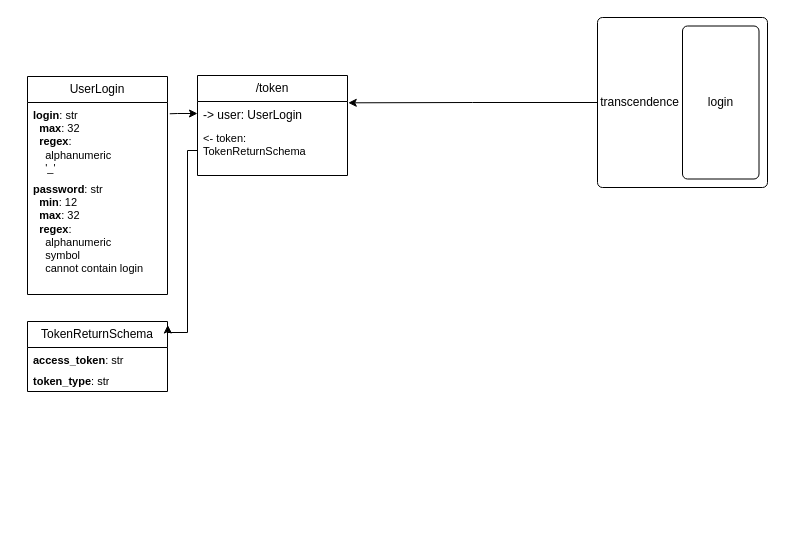
Above: page "Login" (3 of 3) of Transcendence.drawio in lugonzalg/Diagramas_42 (draw.io), before the change. Source tidied: cells renumbered, new cells numbered last; positions are measured from the earlier drawing's top-left corner, leaving out a move shared by most shapes. Both pictures are drawn from the tidied source at 100%, with x=0, y=0 at pixel (27, 17).
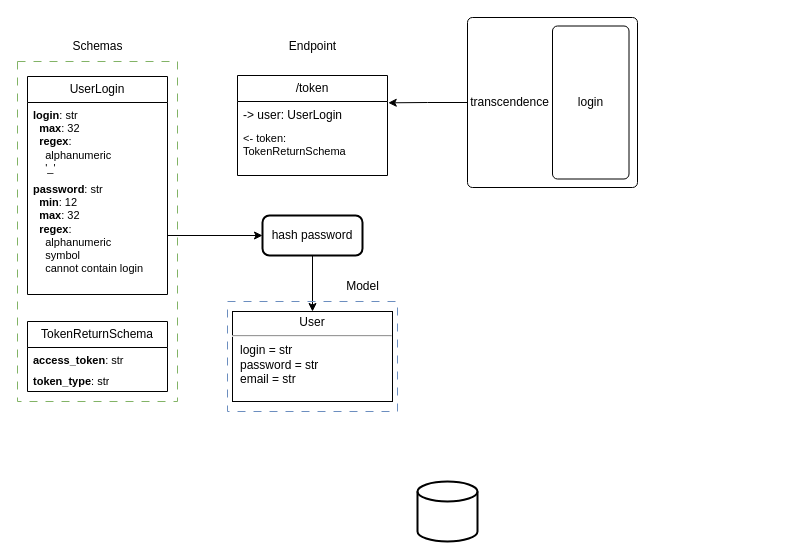
The same diagram, later.

Unchanged cells that the change refers to:
```xml
<mxCell id="3" value="&lt;div style=&quot;&quot;&gt;&lt;font style=&quot;font-size: 12px;&quot;&gt;-&amp;gt; user: UserLogin&lt;/font&gt;&lt;/div&gt;&lt;div style=&quot;&quot;&gt;&lt;font style=&quot;font-size: 12px;&quot;&gt;&lt;br&gt;&lt;/font&gt;&lt;/div&gt;" style="text;strokeColor=none;fillColor=none;align=left;verticalAlign=top;spacingLeft=4;spacingRight=4;overflow=hidden;points=[[0,0.5],[1,0.5]];portConstraint=eastwest;whiteSpace=wrap;html=1;" parent="2" vertex="1">
  <mxGeometry y="26" width="150" height="24" as="geometry" />
</mxCell>
<mxCell id="4" value="&lt;div style=&quot;font-size: 11px;&quot;&gt;&lt;font style=&quot;font-size: 11px;&quot;&gt;&amp;lt;- token: TokenReturnSchema &lt;br&gt;&lt;/font&gt;&lt;/div&gt;&lt;div style=&quot;font-size: 11px;&quot;&gt;&lt;font style=&quot;font-size: 11px;&quot;&gt;&lt;br&gt;&lt;/font&gt;&lt;/div&gt;" style="text;strokeColor=none;fillColor=none;align=left;verticalAlign=top;spacingLeft=4;spacingRight=4;overflow=hidden;points=[[0,0.5],[1,0.5]];portConstraint=eastwest;whiteSpace=wrap;html=1;" parent="2" vertex="1">
  <mxGeometry y="50" width="150" height="50" as="geometry" />
</mxCell>
<mxCell id="5" value="UserLogin" style="swimlane;fontStyle=0;horizontal=1;startSize=26;fillColor=none;whiteSpace=wrap;html=1;" parent="1" vertex="1">
  <mxGeometry y="59" width="140" height="218" as="geometry" />
</mxCell>
<mxCell id="7" value="&lt;div style=&quot;font-size: 11px;&quot;&gt;&lt;font style=&quot;font-size: 11px;&quot;&gt;&lt;b&gt;password&lt;/b&gt;: str&lt;/font&gt;&lt;/div&gt;&lt;div style=&quot;font-size: 11px;&quot;&gt;&lt;font style=&quot;font-size: 11px;&quot;&gt;&amp;nbsp; &lt;b&gt;min&lt;/b&gt;: 12&lt;/font&gt;&lt;/div&gt;&lt;div style=&quot;font-size: 11px;&quot;&gt;&lt;font style=&quot;font-size: 11px;&quot;&gt;&amp;nbsp; &lt;b&gt;max&lt;/b&gt;: 32&lt;/font&gt;&lt;/div&gt;&lt;div style=&quot;font-size: 11px;&quot;&gt;&lt;font style=&quot;font-size: 11px;&quot;&gt;&amp;nbsp; &lt;b&gt;regex&lt;/b&gt;:&lt;/font&gt;&lt;/div&gt;&lt;div style=&quot;font-size: 11px;&quot;&gt;&lt;font style=&quot;font-size: 11px;&quot;&gt;&amp;nbsp;&amp;nbsp;&amp;nbsp; alphanumeric&lt;/font&gt;&lt;/div&gt;&lt;div style=&quot;font-size: 11px;&quot;&gt;&lt;font style=&quot;font-size: 11px;&quot;&gt;&amp;nbsp;&amp;nbsp;&amp;nbsp; symbol&lt;/font&gt;&lt;/div&gt;&lt;div style=&quot;font-size: 11px;&quot;&gt;&lt;font style=&quot;font-size: 11px;&quot;&gt;&amp;nbsp;&amp;nbsp;&amp;nbsp; cannot contain login&lt;font style=&quot;font-size: 11px;&quot;&gt;&lt;br&gt;&lt;/font&gt;&lt;/font&gt;&lt;/div&gt;" style="text;strokeColor=none;fillColor=none;align=left;verticalAlign=top;spacingLeft=4;spacingRight=4;overflow=hidden;points=[[0,0.5],[1,0.5]];portConstraint=eastwest;whiteSpace=wrap;html=1;" parent="5" vertex="1">
  <mxGeometry y="100" width="140" height="118" as="geometry" />
</mxCell>
<mxCell id="13" value="TokenReturnSchema" style="swimlane;fontStyle=0;horizontal=1;startSize=26;fillColor=none;whiteSpace=wrap;html=1;" parent="1" vertex="1">
  <mxGeometry y="304" width="140" height="70" as="geometry" />
</mxCell>
```

Change to the diagram source:
```diff
@@
     <mxCell id="2" value="/token" style="swimlane;fontStyle=0;horizontal=1;startSize=26;fillColor=none;whiteSpace=wrap;html=1;" parent="1" vertex="1">
-      <mxGeometry x="170" y="58" width="150" height="100" as="geometry" />
+      <mxGeometry x="210" y="58" width="150" height="100" as="geometry" />
     </mxCell>
@@
-    <mxCell id="8" style="edgeStyle=orthogonalEdgeStyle;rounded=0;jettySize=auto;html=1;entryX=1.016;entryY=0.171;entryDx=0;entryDy=0;entryPerimeter=0;startArrow=classic;startFill=1;endArrow=none;endFill=0;" parent="1" edge="1" source="3" target="5">
-      <mxGeometry relative="1" as="geometry" />
-    </mxCell>
     <mxCell id="9" style="rounded=1;absoluteArcSize=1;html=1;arcSize=10;" parent="1" vertex="1">
-      <mxGeometry x="570" width="170" height="170" as="geometry" />
+      <mxGeometry x="440" width="170" height="170" as="geometry" />
     </mxCell>
@@
-    <mxCell id="16" style="edgeStyle=orthogonalEdgeStyle;rounded=0;jettySize=auto;html=1;entryX=1.002;entryY=0.05;entryDx=0;entryDy=0;entryPerimeter=0;" parent="1" edge="1" source="4" target="13">
-      <mxGeometry relative="1" as="geometry">
-        <Array as="points">
-          <mxPoint x="160" y="133" />
-          <mxPoint x="160" y="315" />
-        </Array>
-      </mxGeometry>
-    </mxCell>
+    <mxCell id="17" value="Endpoint" style="text;html=1;align=center;verticalAlign=middle;strokeColor=none;fillColor=none;" parent="1" vertex="1">
+      <mxGeometry x="250" y="14" width="70" height="30" as="geometry" />
+    </mxCell>
+    <mxCell id="18" value="Schemas" style="text;html=1;align=center;verticalAlign=middle;strokeColor=none;fillColor=none;" parent="1" vertex="1">
+      <mxGeometry x="35" y="14" width="70" height="30" as="geometry" />
+    </mxCell>
+    <mxCell id="19" style="rounded=0;whiteSpace=wrap;html=1;fillColor=none;strokeColor=#82b366;dashed=1;dashPattern=8 8;" parent="1" vertex="1">
+      <mxGeometry x="-10" y="44" width="160" height="340" as="geometry" />
+    </mxCell>
+    <mxCell id="20" value="&lt;p style=&quot;margin: 4px 0px 0px; text-align: center;&quot;&gt;User&lt;br&gt;&lt;/p&gt;&lt;hr&gt;&lt;p style=&quot;margin:0px;margin-left:8px;&quot;&gt;login = str&lt;br&gt;password = str&lt;br&gt;email = str&lt;/p&gt;" style="verticalAlign=top;align=left;overflow=fill;fontSize=12;fontFamily=Helvetica;html=1;whiteSpace=wrap;" parent="1" vertex="1">
+      <mxGeometry x="205" y="294" width="160" height="90" as="geometry" />
+    </mxCell>
+    <mxCell id="21" style="edgeStyle=orthogonalEdgeStyle;rounded=0;jettySize=auto;html=1;entryX=0;entryY=0.5;entryDx=0;entryDy=0;" parent="1" edge="1" source="7" target="23">
+      <mxGeometry relative="1" as="geometry" />
+    </mxCell>
+    <mxCell id="22" style="edgeStyle=orthogonalEdgeStyle;rounded=0;jettySize=auto;html=1;entryX=0.5;entryY=0;entryDx=0;entryDy=0;" parent="1" edge="1" source="23" target="20">
+      <mxGeometry relative="1" as="geometry" />
+    </mxCell>
+    <mxCell id="23" value="hash password" style="rounded=1;whiteSpace=wrap;html=1;absoluteArcSize=1;arcSize=14;strokeWidth=2;" parent="1" vertex="1">
+      <mxGeometry x="235" y="198" width="100" height="40" as="geometry" />
+    </mxCell>
+    <mxCell id="24" style="rounded=0;whiteSpace=wrap;html=1;fillColor=none;strokeColor=#6c8ebf;dashed=1;dashPattern=8 8;" parent="1" vertex="1">
+      <mxGeometry x="200" y="284" width="170" height="110" as="geometry" />
+    </mxCell>
+    <mxCell id="25" value="Model" style="text;html=1;align=center;verticalAlign=middle;strokeColor=none;fillColor=none;" parent="1" vertex="1">
+      <mxGeometry x="305" y="254" width="60" height="30" as="geometry" />
+    </mxCell>
+    <mxCell id="26" style="strokeWidth=2;html=1;shape=mxgraph.flowchart.database;whiteSpace=wrap;" parent="1" vertex="1">
+      <mxGeometry x="390" y="464" width="60" height="60" as="geometry" />
+    </mxCell>
```
